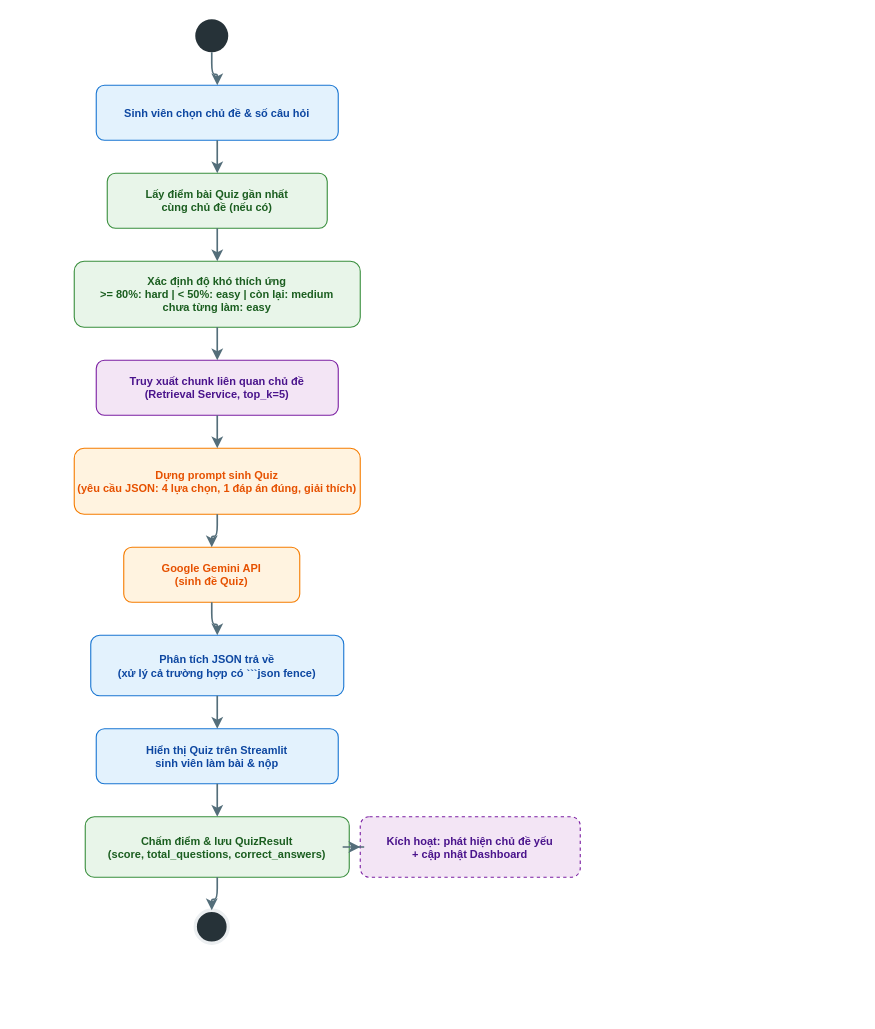
haudo1207/personalized-lms-rag-chatbot keeps this draw.io diagram as page "Quiz" (10 of 12) of RAG_Chatbot_Design.drawio. Above is the earlier version. Source tidied: cells renumbered, new cells numbered last; positions are measured from the earlier drawing's top-left corner, leaving out a move shared by most shapes. Both pictures are drawn from the tidied source at 110%, with x=0, y=0 at pixel (74, 19).
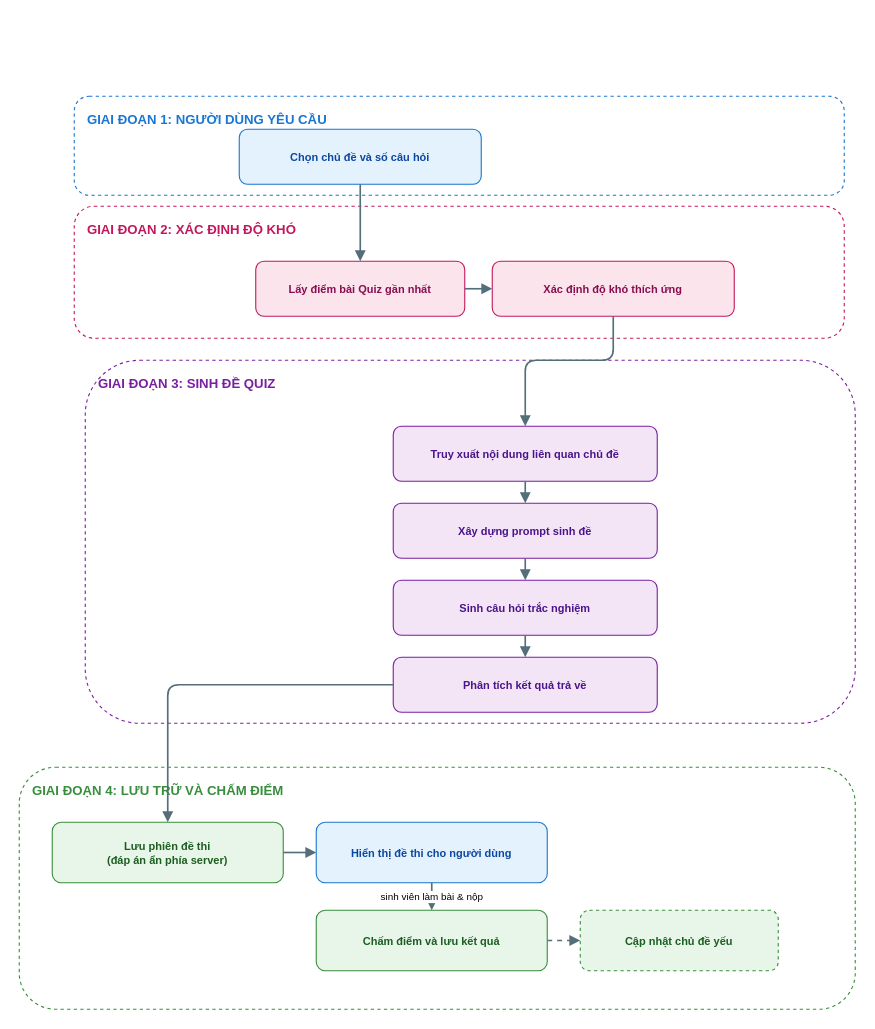
The same page after the edit.

The edit, as a diff of the source:
````diff
@@
-    <mxCell id="2" style="ellipse;whiteSpace=wrap;html=1;fillColor=#263238;strokeColor=none;" parent="1" vertex="1">
-      <mxGeometry x="110" width="30" height="30" as="geometry" />
-    </mxCell>
+    <mxCell id="25" value="GIAI ĐOẠN 1: NGƯỜI DÙNG YÊU CẦU" style="rounded=1;whiteSpace=wrap;html=1;dashed=1;strokeColor=#1976D2;fillColor=none;verticalAlign=top;align=left;fontStyle=1;fontSize=12;fontColor=#1976D2;spacingLeft=10;spacingTop=8;" parent="1" vertex="1">
+      <mxGeometry y="70" width="700" height="90" as="geometry" />
+    </mxCell>
-    <mxCell id="3" value="Sinh viên chọn chủ đề &amp; số câu hỏi" style="rounded=1;whiteSpace=wrap;html=1;fillColor=#E3F2FD;strokeColor=#1976D2;fontColor=#0D47A1;fontStyle=1;fontSize=10;" parent="1" vertex="1">
-      <mxGeometry x="20" y="60" width="220" height="50" as="geometry" />
+    <mxCell id="3" value="Chọn chủ đề và số câu hỏi" style="rounded=1;whiteSpace=wrap;html=1;fillColor=#E3F2FD;strokeColor=#1976D2;fontColor=#0D47A1;fontStyle=1;fontSize=10;" parent="1" vertex="1">
+      <mxGeometry x="150" y="100" width="220" height="50" as="geometry" />
     </mxCell>
+    <mxCell id="26" value="GIAI ĐOẠN 2: XÁC ĐỊNH ĐỘ KHÓ" style="rounded=1;whiteSpace=wrap;html=1;dashed=1;strokeColor=#C2185B;fillColor=none;verticalAlign=top;align=left;fontStyle=1;fontSize=12;fontColor=#C2185B;spacingLeft=10;spacingTop=8;" parent="1" vertex="1">
+      <mxGeometry y="170" width="700" height="120" as="geometry" />
+    </mxCell>
-    <mxCell id="4" value="Lấy điểm bài Quiz gần nhất&#10;cùng chủ đề (nếu có)" style="rounded=1;whiteSpace=wrap;html=1;fillColor=#E8F5E9;strokeColor=#388E3C;fontColor=#1B5E20;fontStyle=1;fontSize=10;" parent="1" vertex="1">
-      <mxGeometry x="30" y="140" width="200" height="50" as="geometry" />
+    <mxCell id="4" value="Lấy điểm bài Quiz gần nhất" style="rounded=1;whiteSpace=wrap;html=1;fillColor=#FCE4EC;strokeColor=#C2185B;fontColor=#880E4F;fontStyle=1;fontSize=10;" parent="1" vertex="1">
+      <mxGeometry x="165" y="220" width="190" height="50" as="geometry" />
     </mxCell>
-    <mxCell id="5" value="Xác định độ khó thích ứng&#10;&gt;= 80%: hard | &lt; 50%: easy | còn lại: medium&#10;chưa từng làm: easy" style="rounded=1;whiteSpace=wrap;html=1;fillColor=#E8F5E9;strokeColor=#388E3C;fontColor=#1B5E20;fontStyle=1;fontSize=10;" parent="1" vertex="1">
-      <mxGeometry y="220" width="260" height="60" as="geometry" />
+    <mxCell id="5" value="Xác định độ khó thích ứng" style="rounded=1;whiteSpace=wrap;html=1;fillColor=#FCE4EC;strokeColor=#C2185B;fontColor=#880E4F;fontStyle=1;fontSize=10;" parent="1" vertex="1">
+      <mxGeometry x="380" y="220" width="220" height="50" as="geometry" />
     </mxCell>
+    <mxCell id="27" value="GIAI ĐOẠN 3: SINH ĐỀ QUIZ" style="rounded=1;whiteSpace=wrap;html=1;dashed=1;strokeColor=#7B1FA2;fillColor=none;verticalAlign=top;align=left;fontStyle=1;fontSize=12;fontColor=#7B1FA2;spacingLeft=10;spacingTop=8;" parent="1" vertex="1">
+      <mxGeometry x="10" y="310" width="700" height="330" as="geometry" />
+    </mxCell>
-    <mxCell id="6" value="Truy xuất chunk liên quan chủ đề&#10;(Retrieval Service, top_k=5)" style="rounded=1;whiteSpace=wrap;html=1;fillColor=#F3E5F5;strokeColor=#7B1FA2;fontColor=#4A148C;fontStyle=1;fontSize=10;" parent="1" vertex="1">
-      <mxGeometry x="20" y="310" width="220" height="50" as="geometry" />
+    <mxCell id="6" value="Truy xuất nội dung liên quan chủ đề" style="rounded=1;whiteSpace=wrap;html=1;fillColor=#F3E5F5;strokeColor=#7B1FA2;fontColor=#4A148C;fontStyle=1;fontSize=10;" parent="1" vertex="1">
+      <mxGeometry x="290" y="370" width="240" height="50" as="geometry" />
     </mxCell>
-    <mxCell id="7" value="Dựng prompt sinh Quiz&#10;(yêu cầu JSON: 4 lựa chọn, 1 đáp án đúng, giải thích)" style="rounded=1;whiteSpace=wrap;html=1;fillColor=#FFF3E0;strokeColor=#F57C00;fontColor=#E65100;fontStyle=1;fontSize=10;" parent="1" vertex="1">
-      <mxGeometry y="390" width="260" height="60" as="geometry" />
+    <mxCell id="7" value="Xây dựng prompt sinh đề" style="rounded=1;whiteSpace=wrap;html=1;fillColor=#F3E5F5;strokeColor=#7B1FA2;fontColor=#4A148C;fontStyle=1;fontSize=10;" parent="1" vertex="1">
+      <mxGeometry x="290" y="440" width="240" height="50" as="geometry" />
     </mxCell>
-    <mxCell id="8" value="Google Gemini API&#10;(sinh đề Quiz)" style="rounded=1;whiteSpace=wrap;html=1;fillColor=#FFF3E0;strokeColor=#F57C00;fontColor=#E65100;fontStyle=1;fontSize=10;" parent="1" vertex="1">
-      <mxGeometry x="45" y="480" width="160" height="50" as="geometry" />
+    <mxCell id="8" value="Sinh câu hỏi trắc nghiệm" style="rounded=1;whiteSpace=wrap;html=1;fillColor=#F3E5F5;strokeColor=#7B1FA2;fontColor=#4A148C;fontStyle=1;fontSize=10;" parent="1" vertex="1">
+      <mxGeometry x="290" y="510" width="240" height="50" as="geometry" />
     </mxCell>
-    <mxCell id="9" value="Phân tích JSON trả về&#10;(xử lý cả trường hợp có ```json fence)" style="rounded=1;whiteSpace=wrap;html=1;fillColor=#E3F2FD;strokeColor=#1976D2;fontColor=#0D47A1;fontStyle=1;fontSize=10;" parent="1" vertex="1">
-      <mxGeometry x="15" y="560" width="230" height="55" as="geometry" />
+    <mxCell id="9" value="Phân tích kết quả trả về" style="rounded=1;whiteSpace=wrap;html=1;fillColor=#F3E5F5;strokeColor=#7B1FA2;fontColor=#4A148C;fontStyle=1;fontSize=10;" parent="1" vertex="1">
+      <mxGeometry x="290" y="580" width="240" height="50" as="geometry" />
     </mxCell>
+    <mxCell id="28" value="GIAI ĐOẠN 4: LƯU TRỮ VÀ CHẤM ĐIỂM" style="rounded=1;whiteSpace=wrap;html=1;dashed=1;strokeColor=#388E3C;fillColor=none;verticalAlign=top;align=left;fontStyle=1;fontSize=12;fontColor=#388E3C;spacingLeft=10;spacingTop=8;" parent="1" vertex="1">
+      <mxGeometry x="-50" y="680" width="760" height="220" as="geometry" />
+    </mxCell>
+    <mxCell id="29" value="Lưu phiên đề thi&#10;(đáp án ẩn phía server)" style="rounded=1;whiteSpace=wrap;html=1;fillColor=#E8F5E9;strokeColor=#388E3C;fontColor=#1B5E20;fontStyle=1;fontSize=10;" parent="1" vertex="1">
+      <mxGeometry x="-20" y="730" width="210" height="55" as="geometry" />
+    </mxCell>
-    <mxCell id="10" value="Hiển thị Quiz trên Streamlit&#10;sinh viên làm bài &amp; nộp" style="rounded=1;whiteSpace=wrap;html=1;fillColor=#E3F2FD;strokeColor=#1976D2;fontColor=#0D47A1;fontStyle=1;fontSize=10;" parent="1" vertex="1">
-      <mxGeometry x="20" y="645" width="220" height="50" as="geometry" />
+    <mxCell id="10" value="Hiển thị đề thi cho người dùng" style="rounded=1;whiteSpace=wrap;html=1;fillColor=#E3F2FD;strokeColor=#1976D2;fontColor=#0D47A1;fontStyle=1;fontSize=10;" parent="1" vertex="1">
+      <mxGeometry x="220" y="730" width="210" height="55" as="geometry" />
     </mxCell>
-    <mxCell id="11" value="Chấm điểm &amp; lưu QuizResult&#10;(score, total_questions, correct_answers)" style="rounded=1;whiteSpace=wrap;html=1;fillColor=#E8F5E9;strokeColor=#388E3C;fontColor=#1B5E20;fontStyle=1;fontSize=10;" parent="1" vertex="1">
-      <mxGeometry x="10" y="725" width="240" height="55" as="geometry" />
+    <mxCell id="11" value="Chấm điểm và lưu kết quả" style="rounded=1;whiteSpace=wrap;html=1;fillColor=#E8F5E9;strokeColor=#388E3C;fontColor=#1B5E20;fontStyle=1;fontSize=10;" parent="1" vertex="1">
+      <mxGeometry x="220" y="810" width="210" height="55" as="geometry" />
     </mxCell>
-    <mxCell id="12" value="Kích hoạt: phát hiện chủ đề yếu&#10;+ cập nhật Dashboard" style="rounded=1;dashed=1;whiteSpace=wrap;html=1;fillColor=#F3E5F5;strokeColor=#7B1FA2;fontColor=#4A148C;fontStyle=1;fontSize=10;" parent="1" vertex="1">
-      <mxGeometry x="260" y="725" width="200" height="55" as="geometry" />
+    <mxCell id="12" value="Cập nhật chủ đề yếu" style="rounded=1;dashed=1;whiteSpace=wrap;html=1;fillColor=#E8F5E9;strokeColor=#388E3C;fontColor=#1B5E20;fontStyle=1;fontSize=10;" parent="1" vertex="1">
+      <mxGeometry x="460" y="810" width="180" height="55" as="geometry" />
     </mxCell>
-    <mxCell id="13" style="ellipse;whiteSpace=wrap;html=1;fillColor=#263238;strokeColor=#ECEFF1;strokeWidth=3;" parent="1" vertex="1">
-      <mxGeometry x="110" y="810" width="30" height="30" as="geometry" />
-    </mxCell>
-    <mxCell id="14" style="edgeStyle=orthogonalEdgeStyle;rounded=1;jettySize=auto;html=1;strokeWidth=1.5;strokeColor=#546E7A;fontSize=9;" parent="1" edge="1" source="2" target="3">
-      <mxGeometry relative="1" as="geometry" />
-    </mxCell>
-    <mxCell id="15" style="edgeStyle=orthogonalEdgeStyle;rounded=1;jettySize=auto;html=1;strokeWidth=1.5;strokeColor=#546E7A;fontSize=9;" parent="1" edge="1" source="3" target="4">
+    <mxCell id="15" style="edgeStyle=orthogonalEdgeStyle;rounded=1;html=1;strokeWidth=1.5;strokeColor=#546E7A;fontSize=9;endArrow=block;endFill=1;exitX=0.5;exitY=1;entryX=0.5;entryY=0;exitDx=0;exitDy=0;" parent="1" edge="1" source="3" target="4">
       <mxGeometry relative="1" as="geometry" />
     </mxCell>
-    <mxCell id="16" style="edgeStyle=orthogonalEdgeStyle;rounded=1;jettySize=auto;html=1;strokeWidth=1.5;strokeColor=#546E7A;fontSize=9;" parent="1" edge="1" source="4" target="5">
+    <mxCell id="16" style="html=1;strokeWidth=1.5;strokeColor=#546E7A;fontSize=9;endArrow=block;endFill=1;exitX=1;exitY=0.5;entryX=0;entryY=0.5;" parent="1" edge="1" source="4" target="5">
       <mxGeometry relative="1" as="geometry" />
     </mxCell>
-    <mxCell id="17" style="edgeStyle=orthogonalEdgeStyle;rounded=1;jettySize=auto;html=1;strokeWidth=1.5;strokeColor=#546E7A;fontSize=9;" parent="1" edge="1" source="5" target="6">
-      <mxGeometry relative="1" as="geometry" />
+    <mxCell id="17" style="edgeStyle=orthogonalEdgeStyle;rounded=1;html=1;strokeWidth=1.5;strokeColor=#546E7A;fontSize=9;endArrow=block;endFill=1;exitX=0.5;exitY=1;entryX=0.5;entryY=0;entryDx=0;entryDy=0;" parent="1" edge="1" source="5" target="6">
+      <mxGeometry relative="1" as="geometry">
+        <Array as="points">
+          <mxPoint x="490" y="310" />
+          <mxPoint x="410" y="310" />
+        </Array>
+      </mxGeometry>
     </mxCell>
-    <mxCell id="18" style="edgeStyle=orthogonalEdgeStyle;rounded=1;jettySize=auto;html=1;strokeWidth=1.5;strokeColor=#546E7A;fontSize=9;" parent="1" edge="1" source="6" target="7">
+    <mxCell id="18" style="html=1;strokeWidth=1.5;strokeColor=#546E7A;fontSize=9;endArrow=block;endFill=1;exitX=0.5;exitY=1;entryX=0.5;entryY=0;" parent="1" edge="1" source="6" target="7">
       <mxGeometry relative="1" as="geometry" />
     </mxCell>
-    <mxCell id="19" style="edgeStyle=orthogonalEdgeStyle;rounded=1;jettySize=auto;html=1;strokeWidth=1.5;strokeColor=#546E7A;fontSize=9;" parent="1" edge="1" source="7" target="8">
+    <mxCell id="19" style="html=1;strokeWidth=1.5;strokeColor=#546E7A;fontSize=9;endArrow=block;endFill=1;exitX=0.5;exitY=1;entryX=0.5;entryY=0;" parent="1" edge="1" source="7" target="8">
       <mxGeometry relative="1" as="geometry" />
     </mxCell>
-    <mxCell id="20" style="edgeStyle=orthogonalEdgeStyle;rounded=1;jettySize=auto;html=1;strokeWidth=1.5;strokeColor=#546E7A;fontSize=9;" parent="1" edge="1" source="8" target="9">
+    <mxCell id="20" style="html=1;strokeWidth=1.5;strokeColor=#546E7A;fontSize=9;endArrow=block;endFill=1;exitX=0.5;exitY=1;entryX=0.5;entryY=0;" parent="1" edge="1" source="8" target="9">
       <mxGeometry relative="1" as="geometry" />
     </mxCell>
+    <mxCell id="30" style="edgeStyle=orthogonalEdgeStyle;rounded=1;html=1;strokeWidth=1.5;strokeColor=#546E7A;fontSize=9;endArrow=block;endFill=1;exitX=0;exitY=0.5;entryX=0.5;entryY=0;exitDx=0;exitDy=0;" parent="1" edge="1" source="9" target="29">
+      <mxGeometry relative="1" as="geometry">
+        <Array as="points">
+          <mxPoint x="85" y="605" />
+        </Array>
+      </mxGeometry>
+    </mxCell>
-    <mxCell id="21" style="edgeStyle=orthogonalEdgeStyle;rounded=1;jettySize=auto;html=1;strokeWidth=1.5;strokeColor=#546E7A;fontSize=9;" parent="1" edge="1" source="9" target="10">
+    <mxCell id="21" style="html=1;strokeWidth=1.5;strokeColor=#546E7A;fontSize=9;endArrow=block;endFill=1;exitX=1;exitY=0.5;entryX=0;entryY=0.5;" parent="1" edge="1" source="29" target="10">
       <mxGeometry relative="1" as="geometry" />
     </mxCell>
-    <mxCell id="22" style="edgeStyle=orthogonalEdgeStyle;rounded=1;jettySize=auto;html=1;strokeWidth=1.5;strokeColor=#546E7A;fontSize=9;" parent="1" edge="1" source="10" target="11">
+    <mxCell id="22" value="sinh viên làm bài &amp; nộp" style="html=1;strokeWidth=1.5;strokeColor=#546E7A;fontSize=9;endArrow=block;endFill=1;exitX=0.5;exitY=1;entryX=0.5;entryY=0;" parent="1" edge="1" source="10" target="11">
       <mxGeometry relative="1" as="geometry" />
     </mxCell>
-    <mxCell id="23" style="edgeStyle=orthogonalEdgeStyle;rounded=1;jettySize=auto;html=1;strokeWidth=1.5;strokeColor=#546E7A;fontSize=9;" parent="1" edge="1" source="11" target="13">
-      <mxGeometry relative="1" as="geometry" />
-    </mxCell>
-    <mxCell id="24" style="edgeStyle=orthogonalEdgeStyle;rounded=1;jettySize=auto;html=1;strokeWidth=1.5;strokeColor=#546E7A;dashed=1;fontSize=9;" parent="1" edge="1" source="11" target="12">
+    <mxCell id="24" style="html=1;strokeWidth=1.5;strokeColor=#546E7A;dashed=1;fontSize=9;endArrow=block;endFill=1;exitX=1;exitY=0.5;entryX=0;entryY=0.5;" parent="1" edge="1" source="11" target="12">
       <mxGeometry relative="1" as="geometry" />
     </mxCell>
````
